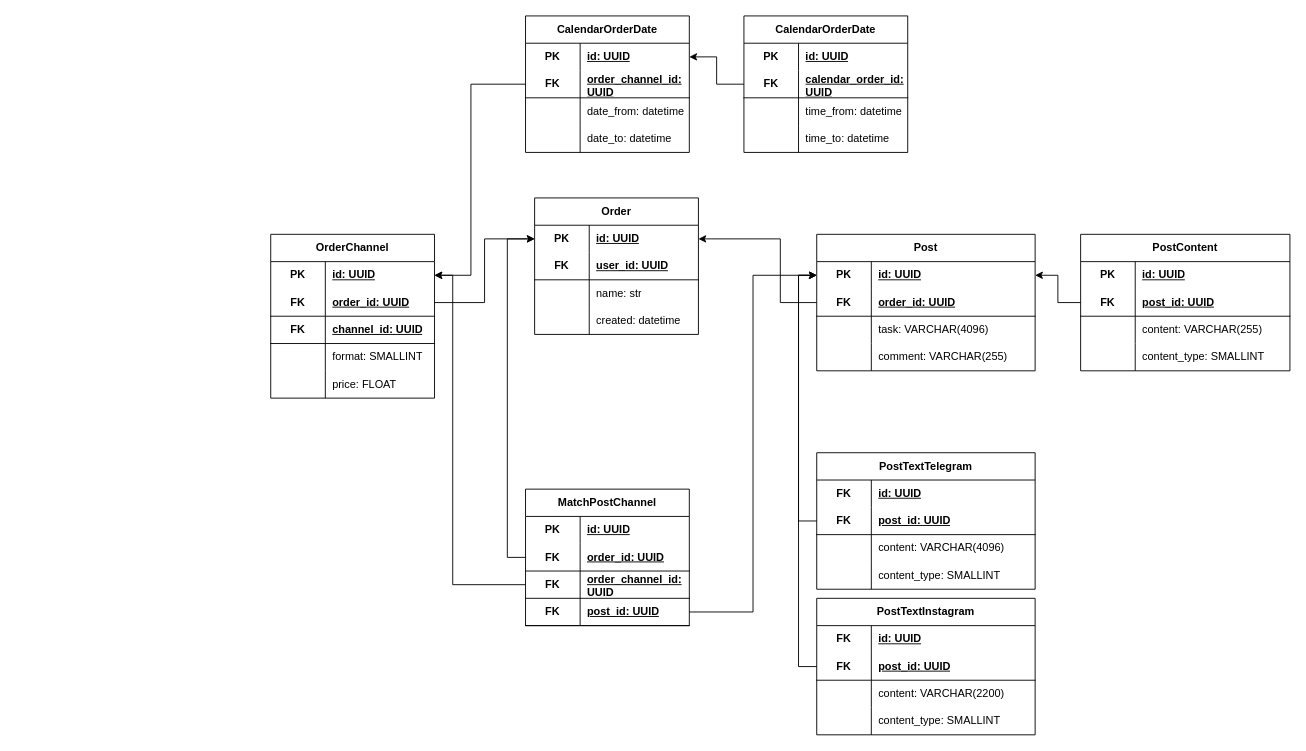
KmvRoman/Diagrams keeps this draw.io diagram as page "order flow" (7 of 7) of Advertiser-Blogger.drawio. Above is the earlier version. Source tidied: cells renumbered, new cells numbered last; positions are measured from the earlier drawing's top-left corner, leaving out a move shared by most shapes. Both pictures are drawn from the tidied source at 91%, with x=0, y=0 at pixel (270, 15).
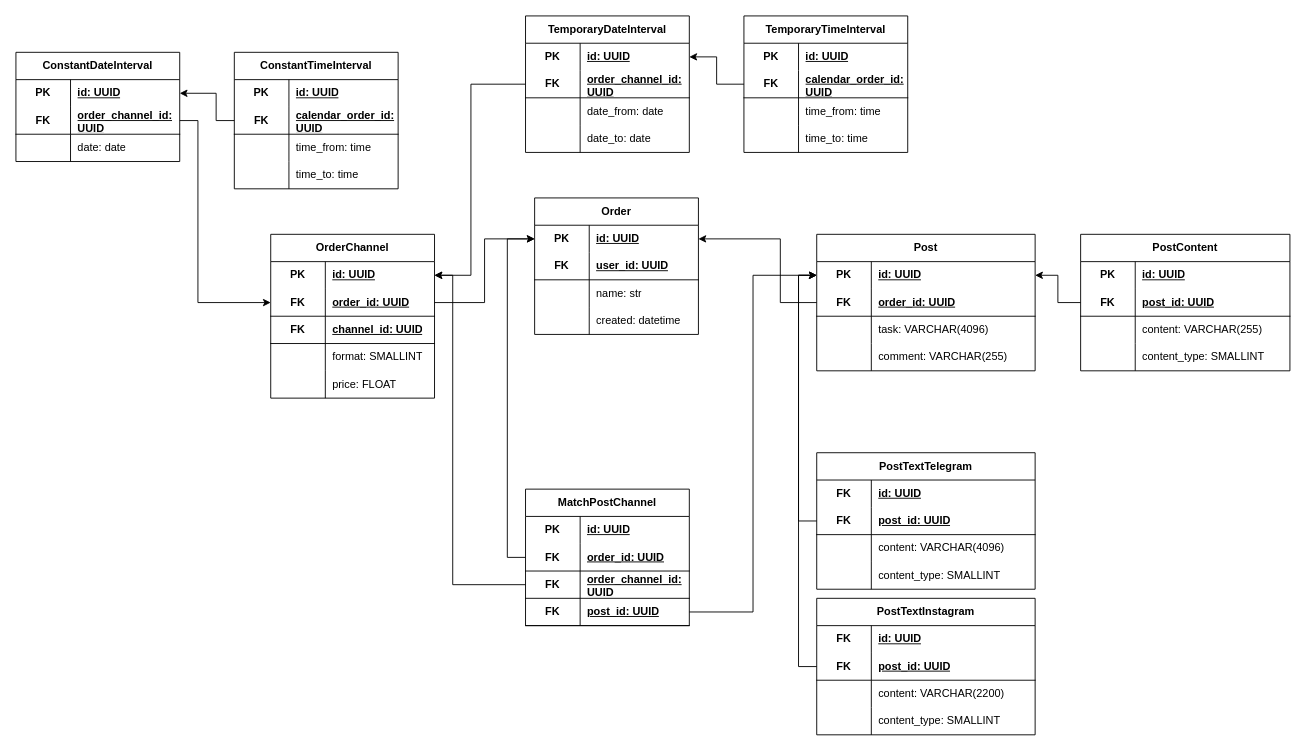
The same page after the edit.

Unchanged cells that the change refers to:
```xml
<mxCell id="33" style="shape=tableRow;horizontal=0;startSize=0;swimlaneHead=0;swimlaneBody=0;fillColor=none;points=[[0,0.5],[1,0.5]];portConstraint=eastwest;top=0;left=0;right=0;bottom=1;html=1;" parent="29" vertex="1">
  <mxGeometry y="60" width="180" height="30" as="geometry" />
</mxCell>
<mxCell id="111" style="shape=tableRow;horizontal=0;startSize=0;swimlaneHead=0;swimlaneBody=0;fillColor=none;top=0;left=0;right=0;bottom=0;html=1;" parent="104" vertex="1">
  <mxGeometry y="90" width="180" height="30" as="geometry" />
</mxCell>
<mxCell id="114" style="shape=tableRow;horizontal=0;startSize=0;swimlaneHead=0;swimlaneBody=0;fillColor=none;top=0;left=0;right=0;bottom=0;html=1;" parent="104" vertex="1">
  <mxGeometry y="120" width="180" height="30" as="geometry" />
</mxCell>
<mxCell id="125" style="shape=tableRow;horizontal=0;startSize=0;swimlaneHead=0;swimlaneBody=0;fillColor=none;top=0;left=0;right=0;bottom=0;html=1;" parent="118" vertex="1">
  <mxGeometry y="90" width="180" height="30" as="geometry" />
</mxCell>
<mxCell id="128" style="shape=tableRow;horizontal=0;startSize=0;swimlaneHead=0;swimlaneBody=0;fillColor=none;top=0;left=0;right=0;bottom=0;html=1;" parent="118" vertex="1">
  <mxGeometry y="120" width="180" height="30" as="geometry" />
</mxCell>
```

Change to the diagram source:
```diff
@@
-    <mxCell id="104" value="CalendarOrderDate" style="shape=table;startSize=30;childLayout=tableLayout;rowLines=0;fontStyle=1;align=center;html=1;whiteSpace=wrap;" parent="1" vertex="1">
+    <mxCell id="104" value="TemporaryDateInterval" style="shape=table;startSize=30;childLayout=tableLayout;rowLines=0;fontStyle=1;align=center;html=1;whiteSpace=wrap;" parent="1" vertex="1">
       <mxGeometry x="280" width="180" height="150" as="geometry" />
     </mxCell>
@@
-    <mxCell id="113" value="date_from: datetime" style="shape=partialRectangle;fillColor=none;top=0;left=0;bottom=0;right=0;align=left;spacingLeft=6;overflow=hidden;html=1;whiteSpace=wrap;" parent="111" vertex="1">
+    <mxCell id="113" value="date_from: date" style="shape=partialRectangle;fillColor=none;top=0;left=0;bottom=0;right=0;align=left;spacingLeft=6;overflow=hidden;html=1;whiteSpace=wrap;" parent="111" vertex="1">
       <mxGeometry x="60" width="120" height="30" as="geometry" />
     </mxCell>
@@
-    <mxCell id="116" value="date_to: datetime" style="shape=partialRectangle;fillColor=none;top=0;left=0;bottom=0;right=0;align=left;spacingLeft=6;overflow=hidden;html=1;whiteSpace=wrap;" parent="114" vertex="1">
+    <mxCell id="116" value="date_to: date" style="shape=partialRectangle;fillColor=none;top=0;left=0;bottom=0;right=0;align=left;spacingLeft=6;overflow=hidden;html=1;whiteSpace=wrap;" parent="114" vertex="1">
       <mxGeometry x="60" width="120" height="30" as="geometry" />
     </mxCell>
@@
-    <mxCell id="118" value="CalendarOrderDate" style="shape=table;startSize=30;childLayout=tableLayout;rowLines=0;fontStyle=1;align=center;html=1;whiteSpace=wrap;" parent="1" vertex="1">
+    <mxCell id="118" value="TemporaryTimeInterval" style="shape=table;startSize=30;childLayout=tableLayout;rowLines=0;fontStyle=1;align=center;html=1;whiteSpace=wrap;" parent="1" vertex="1">
       <mxGeometry x="520" width="180" height="150" as="geometry" />
     </mxCell>
@@
-    <mxCell id="127" value="time_from: datetime" style="shape=partialRectangle;fillColor=none;top=0;left=0;bottom=0;right=0;align=left;spacingLeft=6;overflow=hidden;html=1;whiteSpace=wrap;" parent="125" vertex="1">
+    <mxCell id="127" value="time_from: time" style="shape=partialRectangle;fillColor=none;top=0;left=0;bottom=0;right=0;align=left;spacingLeft=6;overflow=hidden;html=1;whiteSpace=wrap;" parent="125" vertex="1">
       <mxGeometry x="60" width="120" height="30" as="geometry" />
     </mxCell>
@@
-    <mxCell id="130" value="time_to: datetime" style="shape=partialRectangle;fillColor=none;top=0;left=0;bottom=0;right=0;align=left;spacingLeft=6;overflow=hidden;html=1;whiteSpace=wrap;" parent="128" vertex="1">
+    <mxCell id="130" value="time_to: time" style="shape=partialRectangle;fillColor=none;top=0;left=0;bottom=0;right=0;align=left;spacingLeft=6;overflow=hidden;html=1;whiteSpace=wrap;" parent="128" vertex="1">
       <mxGeometry x="60" width="120" height="30" as="geometry" />
     </mxCell>
@@
+    <mxCell id="132" value="ConstantDateInterval" style="shape=table;startSize=30;childLayout=tableLayout;rowLines=0;fontStyle=1;align=center;html=1;whiteSpace=wrap;" parent="1" vertex="1">
+      <mxGeometry x="-280" y="40" width="180" height="120" as="geometry" />
+    </mxCell>
+    <mxCell id="133" style="shape=tableRow;horizontal=0;startSize=0;swimlaneHead=0;swimlaneBody=0;fillColor=none;points=[[0,0.5],[1,0.5]];portConstraint=eastwest;top=0;left=0;right=0;bottom=0;html=1;" parent="132" vertex="1">
+      <mxGeometry y="30" width="180" height="30" as="geometry" />
+    </mxCell>
+    <mxCell id="134" value="PK" style="shape=partialRectangle;fillColor=none;top=0;left=0;bottom=0;right=0;fontStyle=1;overflow=hidden;html=1;whiteSpace=wrap;" parent="133" vertex="1">
+      <mxGeometry width="60" height="30" as="geometry" />
+    </mxCell>
+    <mxCell id="135" value="id: UUID" style="shape=partialRectangle;fillColor=none;top=0;left=0;bottom=0;right=0;align=left;spacingLeft=6;fontStyle=5;overflow=hidden;html=1;whiteSpace=wrap;" parent="133" vertex="1">
+      <mxGeometry x="60" width="120" height="30" as="geometry" />
+    </mxCell>
+    <mxCell id="136" style="shape=tableRow;horizontal=0;startSize=0;swimlaneHead=0;swimlaneBody=0;fillColor=none;points=[[0,0.5],[1,0.5]];portConstraint=eastwest;top=0;left=0;right=0;bottom=1;html=1;" parent="132" vertex="1">
+      <mxGeometry y="60" width="180" height="30" as="geometry" />
+    </mxCell>
+    <mxCell id="137" value="FK" style="shape=partialRectangle;fillColor=none;top=0;left=0;bottom=0;right=0;fontStyle=1;overflow=hidden;html=1;whiteSpace=wrap;" parent="136" vertex="1">
+      <mxGeometry width="60" height="30" as="geometry" />
+    </mxCell>
+    <mxCell id="138" value="order_channel_id: UUID" style="shape=partialRectangle;fillColor=none;top=0;left=0;bottom=0;right=0;align=left;spacingLeft=6;fontStyle=5;overflow=hidden;html=1;whiteSpace=wrap;" parent="136" vertex="1">
+      <mxGeometry x="60" width="120" height="30" as="geometry" />
+    </mxCell>
+    <mxCell id="139" style="shape=tableRow;horizontal=0;startSize=0;swimlaneHead=0;swimlaneBody=0;fillColor=none;top=0;left=0;right=0;bottom=0;html=1;" parent="132" vertex="1">
+      <mxGeometry y="90" width="180" height="30" as="geometry" />
+    </mxCell>
+    <mxCell id="140" style="shape=partialRectangle;fillColor=none;top=0;left=0;bottom=0;right=0;overflow=hidden;html=1;whiteSpace=wrap;" parent="139" vertex="1">
+      <mxGeometry width="60" height="30" as="geometry" />
+    </mxCell>
+    <mxCell id="141" value="date: date" style="shape=partialRectangle;fillColor=none;top=0;left=0;bottom=0;right=0;align=left;spacingLeft=6;overflow=hidden;html=1;whiteSpace=wrap;" parent="139" vertex="1">
+      <mxGeometry x="60" width="120" height="30" as="geometry" />
+    </mxCell>
+    <mxCell id="142" style="edgeStyle=orthogonalEdgeStyle;rounded=0;jettySize=auto;html=1;entryX=1;entryY=0.5;entryDx=0;entryDy=0;exitX=0;exitY=0.5;exitDx=0;exitDy=0;" parent="1" edge="1" source="147" target="133">
+      <mxGeometry relative="1" as="geometry">
+        <Array as="points">
+          <mxPoint x="-60" y="115" />
+          <mxPoint x="-60" y="85" />
+        </Array>
+      </mxGeometry>
+    </mxCell>
+    <mxCell id="143" value="ConstantTimeInterval" style="shape=table;startSize=30;childLayout=tableLayout;rowLines=0;fontStyle=1;align=center;html=1;whiteSpace=wrap;" parent="1" vertex="1">
+      <mxGeometry x="-40" y="40" width="180" height="150" as="geometry" />
+    </mxCell>
+    <mxCell id="144" style="shape=tableRow;horizontal=0;startSize=0;swimlaneHead=0;swimlaneBody=0;fillColor=none;top=0;left=0;right=0;bottom=0;html=1;" parent="143" vertex="1">
+      <mxGeometry y="30" width="180" height="30" as="geometry" />
+    </mxCell>
+    <mxCell id="145" value="PK" style="shape=partialRectangle;fillColor=none;top=0;left=0;bottom=0;right=0;fontStyle=1;overflow=hidden;html=1;whiteSpace=wrap;" parent="144" vertex="1">
+      <mxGeometry width="60" height="30" as="geometry" />
+    </mxCell>
+    <mxCell id="146" value="id: UUID" style="shape=partialRectangle;fillColor=none;top=0;left=0;bottom=0;right=0;align=left;spacingLeft=6;fontStyle=5;overflow=hidden;html=1;whiteSpace=wrap;" parent="144" vertex="1">
+      <mxGeometry x="60" width="120" height="30" as="geometry" />
+    </mxCell>
+    <mxCell id="147" style="shape=tableRow;horizontal=0;startSize=0;swimlaneHead=0;swimlaneBody=0;fillColor=none;points=[[0,0.5],[1,0.5]];portConstraint=eastwest;top=0;left=0;right=0;bottom=1;html=1;" parent="143" vertex="1">
+      <mxGeometry y="60" width="180" height="30" as="geometry" />
+    </mxCell>
+    <mxCell id="148" value="FK" style="shape=partialRectangle;fillColor=none;top=0;left=0;bottom=0;right=0;fontStyle=1;overflow=hidden;html=1;whiteSpace=wrap;" parent="147" vertex="1">
+      <mxGeometry width="60" height="30" as="geometry" />
+    </mxCell>
+    <mxCell id="149" value="calendar_order_id: UUID" style="shape=partialRectangle;fillColor=none;top=0;left=0;bottom=0;right=0;align=left;spacingLeft=6;fontStyle=5;overflow=hidden;html=1;whiteSpace=wrap;" parent="147" vertex="1">
+      <mxGeometry x="60" width="120" height="30" as="geometry" />
+    </mxCell>
+    <mxCell id="150" style="shape=tableRow;horizontal=0;startSize=0;swimlaneHead=0;swimlaneBody=0;fillColor=none;top=0;left=0;right=0;bottom=0;html=1;" parent="143" vertex="1">
+      <mxGeometry y="90" width="180" height="30" as="geometry" />
+    </mxCell>
+    <mxCell id="151" style="shape=partialRectangle;fillColor=none;top=0;left=0;bottom=0;right=0;overflow=hidden;html=1;whiteSpace=wrap;" parent="150" vertex="1">
+      <mxGeometry width="60" height="30" as="geometry" />
+    </mxCell>
+    <mxCell id="152" value="time_from: time" style="shape=partialRectangle;fillColor=none;top=0;left=0;bottom=0;right=0;align=left;spacingLeft=6;overflow=hidden;html=1;whiteSpace=wrap;" parent="150" vertex="1">
+      <mxGeometry x="60" width="120" height="30" as="geometry" />
+    </mxCell>
+    <mxCell id="153" style="shape=tableRow;horizontal=0;startSize=0;swimlaneHead=0;swimlaneBody=0;fillColor=none;top=0;left=0;right=0;bottom=0;html=1;" parent="143" vertex="1">
+      <mxGeometry y="120" width="180" height="30" as="geometry" />
+    </mxCell>
+    <mxCell id="154" style="shape=partialRectangle;fillColor=none;top=0;left=0;bottom=0;right=0;overflow=hidden;html=1;whiteSpace=wrap;" parent="153" vertex="1">
+      <mxGeometry width="60" height="30" as="geometry" />
+    </mxCell>
+    <mxCell id="155" value="time_to: time" style="shape=partialRectangle;fillColor=none;top=0;left=0;bottom=0;right=0;align=left;spacingLeft=6;overflow=hidden;html=1;whiteSpace=wrap;" parent="153" vertex="1">
+      <mxGeometry x="60" width="120" height="30" as="geometry" />
+    </mxCell>
+    <mxCell id="156" style="edgeStyle=orthogonalEdgeStyle;rounded=0;jettySize=auto;html=1;entryX=0;entryY=0.5;entryDx=0;entryDy=0;exitX=1;exitY=0.5;exitDx=0;exitDy=0;" parent="1" edge="1" source="136" target="33">
+      <mxGeometry relative="1" as="geometry">
+        <Array as="points">
+          <mxPoint x="-80" y="115" />
+          <mxPoint x="-80" y="315" />
+        </Array>
+      </mxGeometry>
+    </mxCell>
```
